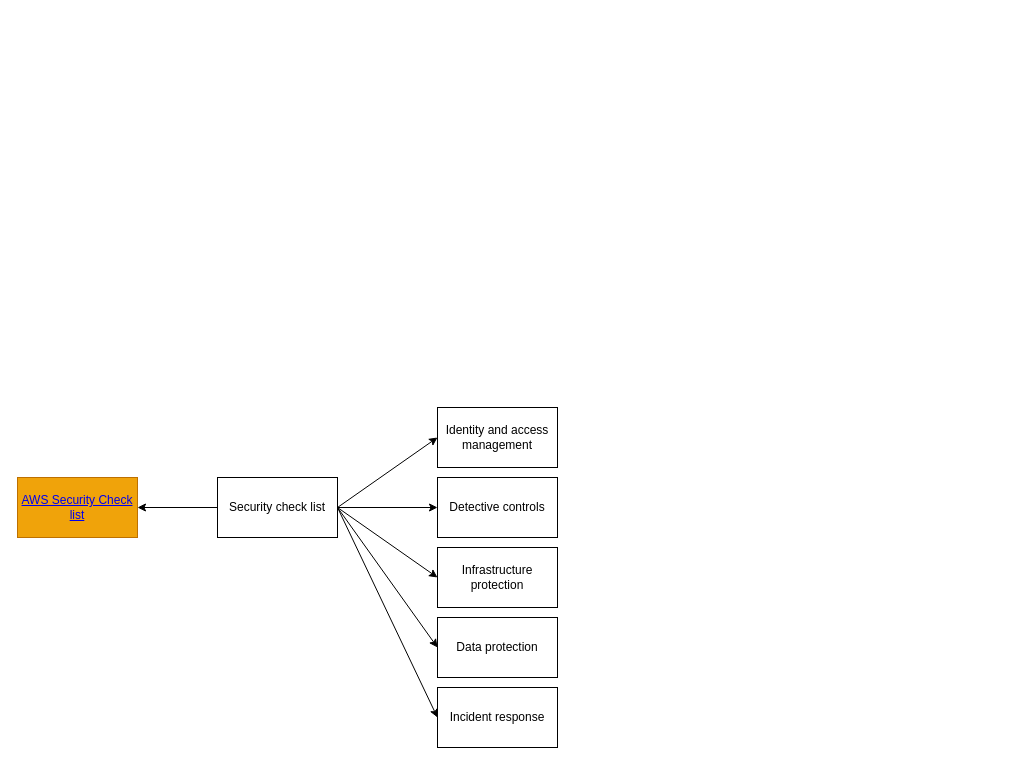
ParisaMousavi/wordpress keeps this draw.io diagram as drawio/cloud-migration-strategie.drawio. Above is the earlier version. Source tidied: cells renumbered, new cells numbered last; positions are measured from the earlier drawing's top-left corner, leaving out a move shared by most shapes. Both pictures are drawn from the tidied source at 100%, with x=0, y=0 at pixel (17, 407).
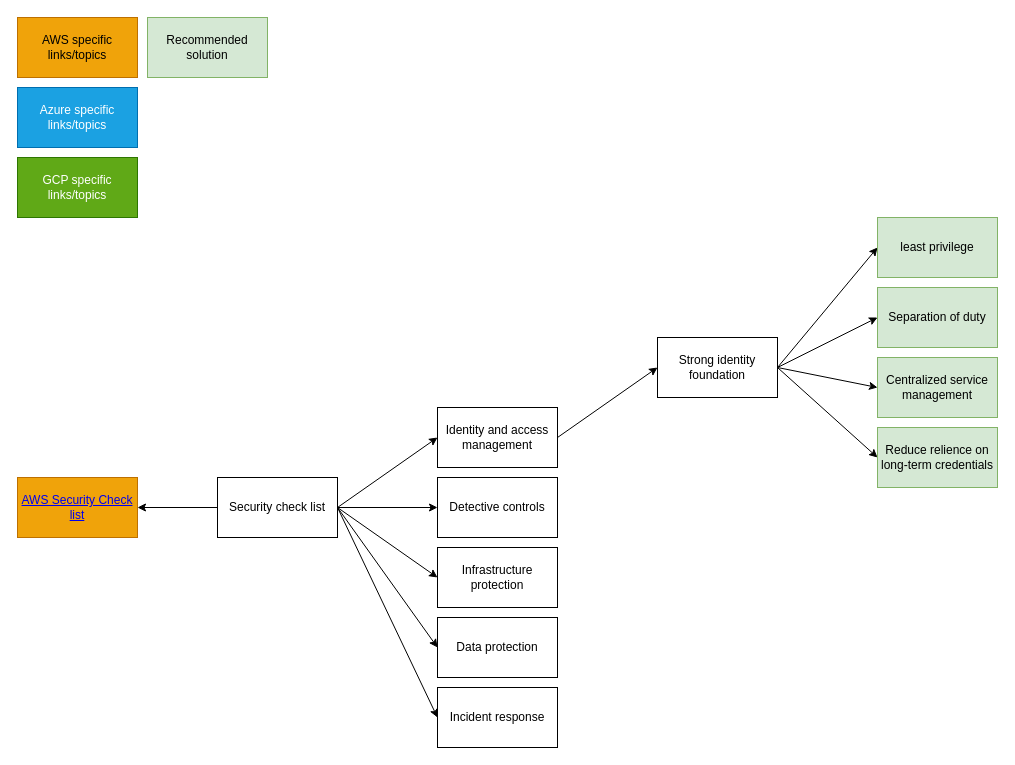
After the change.

The change refers to these unchanged cells:
```xml
<mxCell id="9" value="Identity and access management" style="whiteSpace=wrap;html=1;rounded=0;" parent="1" vertex="1">
  <mxGeometry x="420" width="120" height="60" as="geometry" />
</mxCell>
```

What changed in the source:
```diff
@@
+    <mxCell id="15" style="edgeStyle=none;rounded=0;jettySize=auto;html=1;entryX=0;entryY=0.5;entryDx=0;entryDy=0;exitX=1;exitY=0.5;exitDx=0;exitDy=0;" parent="1" edge="1" source="9" target="20">
+      <mxGeometry relative="1" as="geometry" />
+    </mxCell>
@@
+    <mxCell id="16" style="edgeStyle=none;rounded=0;jettySize=auto;html=1;exitX=1;exitY=0.5;exitDx=0;exitDy=0;entryX=0;entryY=0.5;entryDx=0;entryDy=0;" parent="1" edge="1" source="20" target="21">
+      <mxGeometry relative="1" as="geometry" />
+    </mxCell>
+    <mxCell id="17" style="edgeStyle=none;rounded=0;jettySize=auto;html=1;exitX=1;exitY=0.5;exitDx=0;exitDy=0;entryX=0;entryY=0.5;entryDx=0;entryDy=0;" parent="1" edge="1" source="20" target="22">
+      <mxGeometry relative="1" as="geometry" />
+    </mxCell>
+    <mxCell id="18" style="edgeStyle=none;rounded=0;jettySize=auto;html=1;exitX=1;exitY=0.5;exitDx=0;exitDy=0;entryX=0;entryY=0.5;entryDx=0;entryDy=0;" parent="1" edge="1" source="20" target="23">
+      <mxGeometry relative="1" as="geometry" />
+    </mxCell>
+    <mxCell id="19" style="edgeStyle=none;rounded=0;jettySize=auto;html=1;exitX=1;exitY=0.5;exitDx=0;exitDy=0;entryX=0;entryY=0.5;entryDx=0;entryDy=0;" parent="1" edge="1" source="20" target="24">
+      <mxGeometry relative="1" as="geometry" />
+    </mxCell>
+    <mxCell id="20" value="Strong identity foundation" style="whiteSpace=wrap;html=1;rounded=0;" parent="1" vertex="1">
+      <mxGeometry x="640" y="-70" width="120" height="60" as="geometry" />
+    </mxCell>
+    <mxCell id="21" value="least privilege" style="whiteSpace=wrap;html=1;rounded=0;fillColor=#d5e8d4;strokeColor=#82b366;" parent="1" vertex="1">
+      <mxGeometry x="860" y="-190" width="120" height="60" as="geometry" />
+    </mxCell>
+    <mxCell id="22" value="Separation of duty" style="whiteSpace=wrap;html=1;rounded=0;fillColor=#d5e8d4;strokeColor=#82b366;" parent="1" vertex="1">
+      <mxGeometry x="860" y="-120" width="120" height="60" as="geometry" />
+    </mxCell>
+    <mxCell id="23" value="Centralized service management" style="whiteSpace=wrap;html=1;rounded=0;fillColor=#d5e8d4;strokeColor=#82b366;" parent="1" vertex="1">
+      <mxGeometry x="860" y="-50" width="120" height="60" as="geometry" />
+    </mxCell>
+    <mxCell id="24" value="Reduce relience on long-term credentials" style="whiteSpace=wrap;html=1;rounded=0;fillColor=#d5e8d4;strokeColor=#82b366;" parent="1" vertex="1">
+      <mxGeometry x="860" y="20" width="120" height="60" as="geometry" />
+    </mxCell>
+    <mxCell id="25" value="AWS specific links/topics" style="rounded=0;whiteSpace=wrap;html=1;fillColor=#f0a30a;fontColor=#000000;strokeColor=#BD7000;" parent="1" vertex="1">
+      <mxGeometry y="-390" width="120" height="60" as="geometry" />
+    </mxCell>
+    <mxCell id="26" value="Azure specific links/topics" style="rounded=0;whiteSpace=wrap;html=1;fillColor=#1ba1e2;fontColor=#ffffff;strokeColor=#006EAF;" parent="1" vertex="1">
+      <mxGeometry y="-320" width="120" height="60" as="geometry" />
+    </mxCell>
+    <mxCell id="27" value="GCP specific links/topics" style="rounded=0;whiteSpace=wrap;html=1;fillColor=#60a917;fontColor=#ffffff;strokeColor=#2D7600;" parent="1" vertex="1">
+      <mxGeometry y="-250" width="120" height="60" as="geometry" />
+    </mxCell>
+    <mxCell id="28" value="Recommended solution" style="rounded=0;whiteSpace=wrap;html=1;fillColor=#d5e8d4;strokeColor=#82b366;" parent="1" vertex="1">
+      <mxGeometry x="130" y="-390" width="120" height="60" as="geometry" />
+    </mxCell>
```
